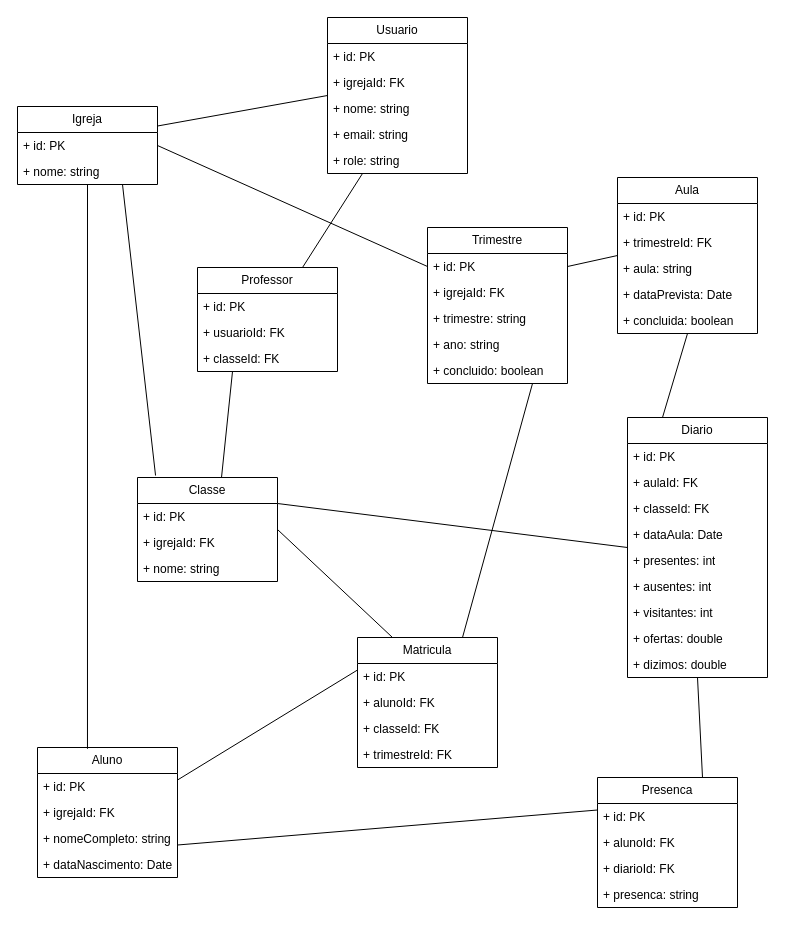
Earlier version of the draw.io diagram page "Modelo de dados" (3 of 3) of docs/EBD.drawio (gelira/ebd). Source tidied: cells renumbered, new cells numbered last; positions are measured from the earlier drawing's top-left corner, leaving out a move shared by most shapes. Both pictures are drawn from the tidied source at 100%, with x=0, y=0 at pixel (17, 17).
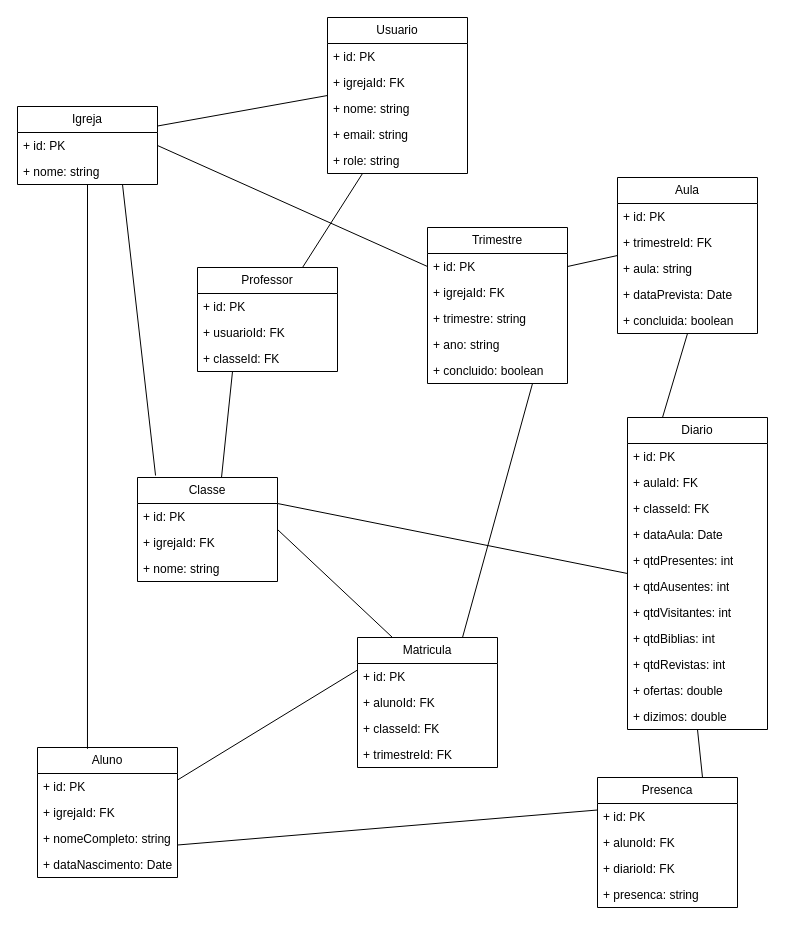
The same page after the edit.

Diff of the diagram source:
```diff
@@
     <mxCell id="40" value="Diario" style="swimlane;fontStyle=0;horizontal=1;startSize=26;fillColor=none;whiteSpace=wrap;html=1;" parent="1" vertex="1">
-      <mxGeometry x="610" y="400" width="140" height="260" as="geometry" />
+      <mxGeometry x="610" y="400" width="140" height="312" as="geometry" />
     </mxCell>
@@
-    <mxCell id="45" value="+ presentes: int" style="text;strokeColor=none;fillColor=none;align=left;verticalAlign=top;spacingLeft=4;spacingRight=4;overflow=hidden;whiteSpace=wrap;html=1;" parent="40" vertex="1">
+    <mxCell id="45" value="+ qtdPresentes: int" style="text;strokeColor=none;fillColor=none;align=left;verticalAlign=top;spacingLeft=4;spacingRight=4;overflow=hidden;whiteSpace=wrap;html=1;" parent="40" vertex="1">
       <mxGeometry y="130" width="140" height="26" as="geometry" />
     </mxCell>
-    <mxCell id="46" value="+ ausentes: int" style="text;strokeColor=none;fillColor=none;align=left;verticalAlign=top;spacingLeft=4;spacingRight=4;overflow=hidden;whiteSpace=wrap;html=1;" parent="40" vertex="1">
+    <mxCell id="46" value="+ qtdAusentes: int" style="text;strokeColor=none;fillColor=none;align=left;verticalAlign=top;spacingLeft=4;spacingRight=4;overflow=hidden;whiteSpace=wrap;html=1;" parent="40" vertex="1">
       <mxGeometry y="156" width="140" height="26" as="geometry" />
     </mxCell>
-    <mxCell id="47" value="+ visitantes: int" style="text;strokeColor=none;fillColor=none;align=left;verticalAlign=top;spacingLeft=4;spacingRight=4;overflow=hidden;whiteSpace=wrap;html=1;" parent="40" vertex="1">
+    <mxCell id="47" value="+ qtdVisitantes: int" style="text;strokeColor=none;fillColor=none;align=left;verticalAlign=top;spacingLeft=4;spacingRight=4;overflow=hidden;whiteSpace=wrap;html=1;" parent="40" vertex="1">
       <mxGeometry y="182" width="140" height="26" as="geometry" />
     </mxCell>
+    <mxCell id="70" value="+ qtdBiblias: int" style="text;strokeColor=none;fillColor=none;align=left;verticalAlign=top;spacingLeft=4;spacingRight=4;overflow=hidden;whiteSpace=wrap;html=1;" parent="40" vertex="1">
+      <mxGeometry y="208" width="140" height="26" as="geometry" />
+    </mxCell>
+    <mxCell id="71" value="+ qtdRevistas: int" style="text;strokeColor=none;fillColor=none;align=left;verticalAlign=top;spacingLeft=4;spacingRight=4;overflow=hidden;whiteSpace=wrap;html=1;" parent="40" vertex="1">
+      <mxGeometry y="234" width="140" height="26" as="geometry" />
+    </mxCell>
     <mxCell id="48" value="+ ofertas: double" style="text;strokeColor=none;fillColor=none;align=left;verticalAlign=top;spacingLeft=4;spacingRight=4;overflow=hidden;whiteSpace=wrap;html=1;" parent="40" vertex="1">
-      <mxGeometry y="208" width="140" height="26" as="geometry" />
+      <mxGeometry y="260" width="140" height="26" as="geometry" />
     </mxCell>
     <mxCell id="49" value="+ dizimos: double" style="text;strokeColor=none;fillColor=none;align=left;verticalAlign=top;spacingLeft=4;spacingRight=4;overflow=hidden;whiteSpace=wrap;html=1;" parent="40" vertex="1">
-      <mxGeometry y="234" width="140" height="26" as="geometry" />
+      <mxGeometry y="286" width="140" height="26" as="geometry" />
     </mxCell>
```
